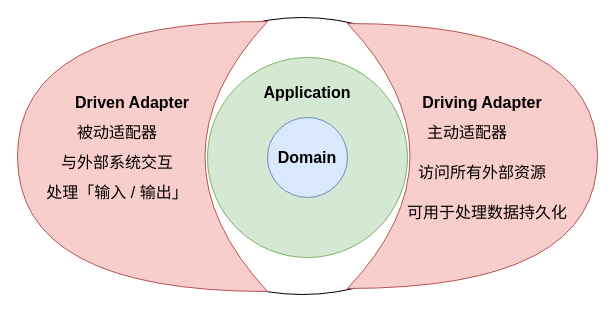
Earlier version of the draw.io diagram page "主动与被动适配器" (5 of 11) of aoe的DrawIO仓库/23/插图.drawio (wyyl1/wyyl1.github.io). Source tidied: cells renumbered, new cells numbered last; positions are measured from the earlier drawing's top-left corner, leaving out a move shared by most shapes. Both pictures are drawn from the tidied source at 100%, with x=0, y=0 at pixel (17, 17).
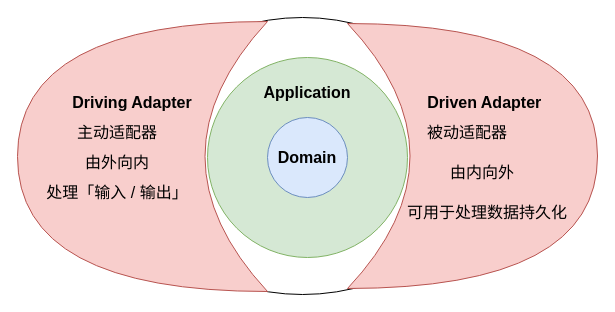
The same diagram, later.

Change to the diagram source:
```diff
@@
 <mxGraphModel>
   <root>
     <mxCell id="0" />
     <mxCell id="1" parent="0" />
     <mxCell id="2" style="ellipse;whiteSpace=wrap;html=1;" parent="1" vertex="1">
       <mxGeometry x="110" width="350" height="277" as="geometry" />
     </mxCell>
     <mxCell id="3" style="ellipse;whiteSpace=wrap;html=1;shadow=0;fillStyle=auto;fillColor=#d5e8d4;gradientDirection=south;strokeColor=#82b366;rounded=1;" parent="1" vertex="1">
       <mxGeometry x="190" y="40" width="200" height="200" as="geometry" />
     </mxCell>
     <mxCell id="4" value="Domain" style="ellipse;whiteSpace=wrap;html=1;fillColor=#dae8fc;strokeColor=#6c8ebf;fontStyle=1;fontSize=16;rounded=1;" parent="1" vertex="1">
       <mxGeometry x="250" y="100" width="80" height="80" as="geometry" />
     </mxCell>
     <mxCell id="5" value="Application" style="text;html=1;strokeColor=none;fillColor=none;align=center;verticalAlign=middle;whiteSpace=wrap;rounded=1;fontColor=none;fontStyle=1;fontSize=16;" parent="1" vertex="1">
       <mxGeometry x="260" y="60" width="60" height="30" as="geometry" />
     </mxCell>
     <mxCell id="6" style="shape=xor;whiteSpace=wrap;html=1;shadow=0;fillStyle=auto;fontSize=16;fillColor=#f8cecc;gradientDirection=south;strokeColor=#b85450;rounded=1;" parent="1" vertex="1">
       <mxGeometry x="330" y="6" width="250" height="265" as="geometry" />
     </mxCell>
     <mxCell id="7" style="shape=xor;whiteSpace=wrap;html=1;shadow=0;fillStyle=auto;fontSize=16;fillColor=#f8cecc;gradientDirection=south;strokeColor=#b85450;rotation=-180;rounded=1;" parent="1" vertex="1">
       <mxGeometry y="4" width="250" height="270" as="geometry" />
     </mxCell>
-    <mxCell id="8" value="Driven Adapter" style="text;html=1;strokeColor=none;fillColor=none;align=center;verticalAlign=middle;whiteSpace=wrap;rounded=1;fontColor=none;fontStyle=1;fontSize=16;" parent="1" vertex="1">
+    <mxCell id="8" value="Driving Adapter" style="text;html=1;strokeColor=none;fillColor=none;align=center;verticalAlign=middle;whiteSpace=wrap;rounded=1;fontColor=none;fontStyle=1;fontSize=16;" parent="1" vertex="1">
       <mxGeometry x="50" y="70" width="130" height="30" as="geometry" />
     </mxCell>
-    <mxCell id="9" value="Driving Adapter" style="text;html=1;strokeColor=none;fillColor=none;align=center;verticalAlign=middle;whiteSpace=wrap;rounded=1;fontColor=none;fontStyle=1;fontSize=16;" parent="1" vertex="1">
+    <mxCell id="9" value="&amp;nbsp;Driven Adapter" style="text;html=1;strokeColor=none;fillColor=none;align=center;verticalAlign=middle;whiteSpace=wrap;rounded=1;fontColor=none;fontStyle=1;fontSize=16;" parent="1" vertex="1">
       <mxGeometry x="400" y="70" width="130" height="30" as="geometry" />
     </mxCell>
-    <mxCell id="10" value="主动适配器" style="text;html=1;strokeColor=none;fillColor=none;align=center;verticalAlign=middle;whiteSpace=wrap;rounded=1;fontSize=16;fontColor=none;" parent="1" vertex="1">
+    <mxCell id="10" value="被动适配器" style="text;html=1;strokeColor=none;fillColor=none;align=center;verticalAlign=middle;whiteSpace=wrap;rounded=1;fontSize=16;fontColor=none;" parent="1" vertex="1">
       <mxGeometry x="400" y="100" width="100" height="30" as="geometry" />
     </mxCell>
-    <mxCell id="11" value="被动适配器" style="text;html=1;strokeColor=none;fillColor=none;align=center;verticalAlign=middle;whiteSpace=wrap;rounded=1;fontSize=16;fontColor=none;" parent="1" vertex="1">
+    <mxCell id="11" value="主动适配器" style="text;html=1;strokeColor=none;fillColor=none;align=center;verticalAlign=middle;whiteSpace=wrap;rounded=1;fontSize=16;fontColor=none;" parent="1" vertex="1">
       <mxGeometry x="50" y="100" width="100" height="30" as="geometry" />
     </mxCell>
-    <mxCell id="12" value="与外部系统交互" style="text;html=1;strokeColor=none;fillColor=none;align=center;verticalAlign=middle;whiteSpace=wrap;rounded=1;fontSize=16;fontColor=none;" parent="1" vertex="1">
+    <mxCell id="12" value="由外向内" style="text;html=1;strokeColor=none;fillColor=none;align=center;verticalAlign=middle;whiteSpace=wrap;rounded=1;fontSize=16;fontColor=none;" parent="1" vertex="1">
       <mxGeometry x="30" y="130" width="140" height="30" as="geometry" />
     </mxCell>
     <mxCell id="13" value="处理「输入 / 输出」" style="text;html=1;strokeColor=none;fillColor=none;align=center;verticalAlign=middle;whiteSpace=wrap;rounded=1;fontSize=16;fontColor=none;" parent="1" vertex="1">
       <mxGeometry x="15" y="160" width="170" height="30" as="geometry" />
     </mxCell>
-    <mxCell id="14" value="访问所有外部资源" style="text;html=1;strokeColor=none;fillColor=none;align=center;verticalAlign=middle;whiteSpace=wrap;rounded=1;fontSize=16;fontColor=none;" parent="1" vertex="1">
+    <mxCell id="14" value="由内向外" style="text;html=1;strokeColor=none;fillColor=none;align=center;verticalAlign=middle;whiteSpace=wrap;rounded=1;fontSize=16;fontColor=none;" parent="1" vertex="1">
       <mxGeometry x="395" y="140" width="140" height="30" as="geometry" />
     </mxCell>
     <mxCell id="15" value="可用于处理数据持久化" style="text;html=1;strokeColor=none;fillColor=none;align=center;verticalAlign=middle;whiteSpace=wrap;rounded=1;fontSize=16;fontColor=none;" parent="1" vertex="1">
       <mxGeometry x="380" y="180" width="180" height="30" as="geometry" />
     </mxCell>
   </root>
 </mxGraphModel>
```
